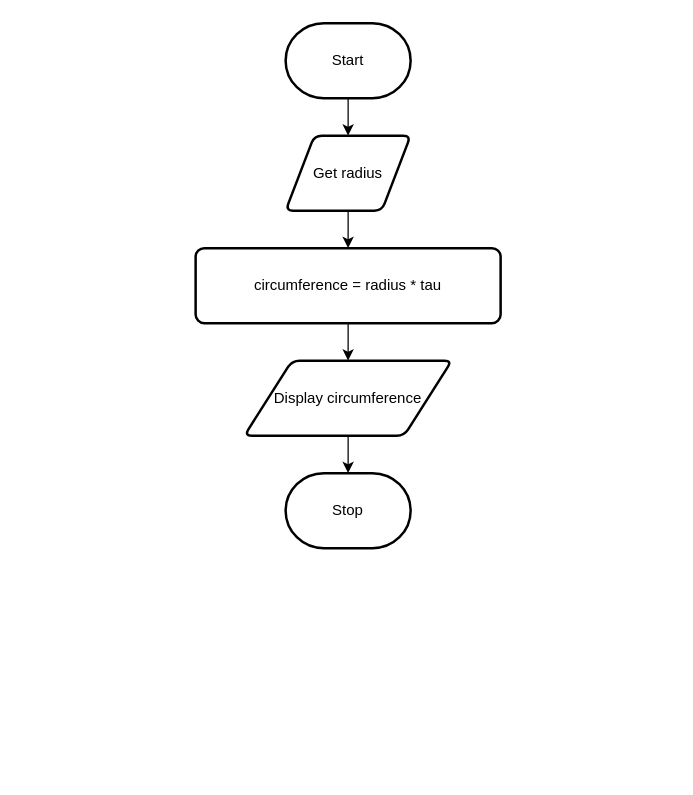
Above: page "Flowchart" (1 of 2) of design.drawio in Samuel-Webster-178/ICS3U-Unit5-Unit5-06-Python (draw.io), before the change. Source tidied: cells renumbered, new cells numbered last; positions are measured from the earlier drawing's top-left corner, leaving out a move shared by most shapes. Both pictures are drawn from the tidied source at 125%, with x=0, y=0 at pixel (195, 22).
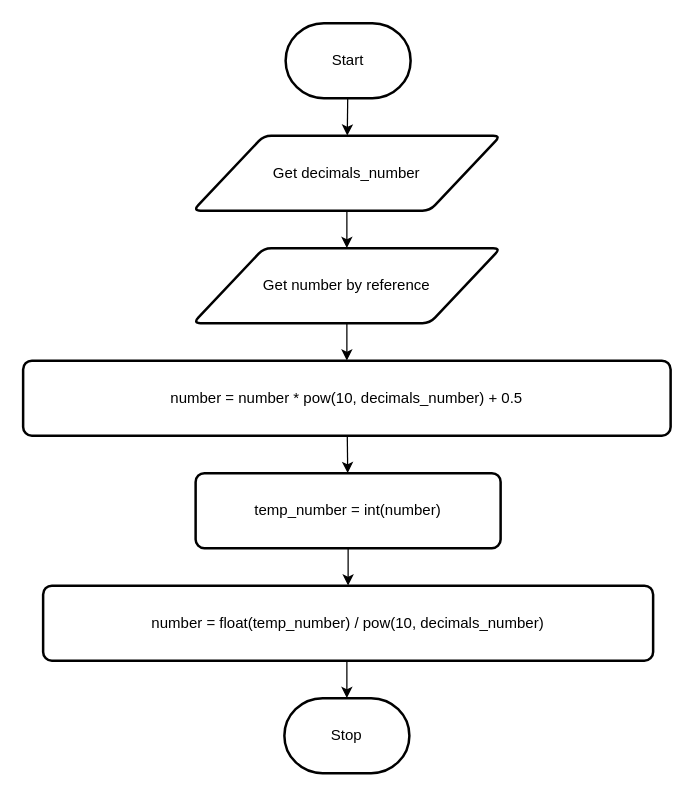
The same diagram, later.

Diff of the diagram source:
```diff
@@
 <mxGraphModel>
   <root>
     <mxCell id="0" />
     <mxCell id="1" parent="0" />
     <mxCell id="2" style="edgeStyle=none;html=1;" parent="1" edge="1" source="3" target="5">
       <mxGeometry relative="1" as="geometry" />
     </mxCell>
     <mxCell id="3" value="Start" style="strokeWidth=2;html=1;shape=mxgraph.flowchart.terminator;whiteSpace=wrap;" parent="1" vertex="1">
       <mxGeometry x="72" width="100" height="60" as="geometry" />
     </mxCell>
-    <mxCell id="4" style="edgeStyle=none;html=1;" parent="1" edge="1" source="5" target="7">
-      <mxGeometry relative="1" as="geometry" />
-    </mxCell>
+    <mxCell id="11" style="edgeStyle=none;html=1;" parent="1" edge="1" source="5" target="13">
+      <mxGeometry relative="1" as="geometry" />
+    </mxCell>
-    <mxCell id="5" value="Get radius" style="shape=parallelogram;html=1;strokeWidth=2;perimeter=parallelogramPerimeter;whiteSpace=wrap;rounded=1;arcSize=12;size=0.23;" parent="1" vertex="1">
-      <mxGeometry x="72" y="90" width="100" height="60" as="geometry" />
+    <mxCell id="5" value="Get decimals_number" style="shape=parallelogram;html=1;strokeWidth=2;perimeter=parallelogramPerimeter;whiteSpace=wrap;rounded=1;arcSize=12;size=0.23;" parent="1" vertex="1">
+      <mxGeometry x="-2" y="90" width="246" height="60" as="geometry" />
     </mxCell>
-    <mxCell id="6" style="edgeStyle=none;html=1;" parent="1" edge="1" source="7" target="9">
-      <mxGeometry relative="1" as="geometry" />
-    </mxCell>
-    <mxCell id="7" value="circumference = radius * tau" style="rounded=1;whiteSpace=wrap;html=1;absoluteArcSize=1;arcSize=14;strokeWidth=2;" parent="1" vertex="1">
-      <mxGeometry y="180" width="244" height="60" as="geometry" />
-    </mxCell>
-    <mxCell id="8" style="edgeStyle=none;html=1;" parent="1" edge="1" source="9" target="10">
-      <mxGeometry relative="1" as="geometry" />
+    <mxCell id="8" style="edgeStyle=none;html=1;" parent="1" edge="1" target="10">
+      <mxGeometry relative="1" as="geometry">
+        <mxPoint x="121" y="510" as="sourcePoint" />
+      </mxGeometry>
     </mxCell>
-    <mxCell id="9" value="Display circumference" style="shape=parallelogram;html=1;strokeWidth=2;perimeter=parallelogramPerimeter;whiteSpace=wrap;rounded=1;arcSize=12;size=0.23;" parent="1" vertex="1">
-      <mxGeometry x="39" y="270" width="166" height="60" as="geometry" />
-    </mxCell>
     <mxCell id="10" value="Stop" style="strokeWidth=2;html=1;shape=mxgraph.flowchart.terminator;whiteSpace=wrap;" parent="1" vertex="1">
-      <mxGeometry x="72" y="360" width="100" height="60" as="geometry" />
+      <mxGeometry x="71" y="540" width="100" height="60" as="geometry" />
     </mxCell>
+    <mxCell id="12" style="edgeStyle=none;html=1;" parent="1" edge="1" source="13" target="15">
+      <mxGeometry relative="1" as="geometry" />
+    </mxCell>
+    <mxCell id="13" value="Get number by reference" style="shape=parallelogram;html=1;strokeWidth=2;perimeter=parallelogramPerimeter;whiteSpace=wrap;rounded=1;arcSize=12;size=0.23;" parent="1" vertex="1">
+      <mxGeometry x="-2" y="180" width="246" height="60" as="geometry" />
+    </mxCell>
+    <mxCell id="14" style="edgeStyle=none;html=1;" parent="1" edge="1" source="15" target="17">
+      <mxGeometry relative="1" as="geometry" />
+    </mxCell>
+    <mxCell id="15" value="number = number * pow(10, decimals_number) + 0.5" style="rounded=1;whiteSpace=wrap;html=1;absoluteArcSize=1;arcSize=14;strokeWidth=2;" parent="1" vertex="1">
+      <mxGeometry x="-138" y="270" width="518" height="60" as="geometry" />
+    </mxCell>
+    <mxCell id="16" style="edgeStyle=none;html=1;" parent="1" edge="1" source="17" target="18">
+      <mxGeometry relative="1" as="geometry" />
+    </mxCell>
+    <mxCell id="17" value="temp_number = int(number)" style="rounded=1;whiteSpace=wrap;html=1;absoluteArcSize=1;arcSize=14;strokeWidth=2;" parent="1" vertex="1">
+      <mxGeometry y="360" width="244" height="60" as="geometry" />
+    </mxCell>
+    <mxCell id="18" value="number = float(temp_number) / pow(10, decimals_number)" style="rounded=1;whiteSpace=wrap;html=1;absoluteArcSize=1;arcSize=14;strokeWidth=2;" parent="1" vertex="1">
+      <mxGeometry x="-122" y="450" width="488" height="60" as="geometry" />
+    </mxCell>
   </root>
 </mxGraphModel>
```
